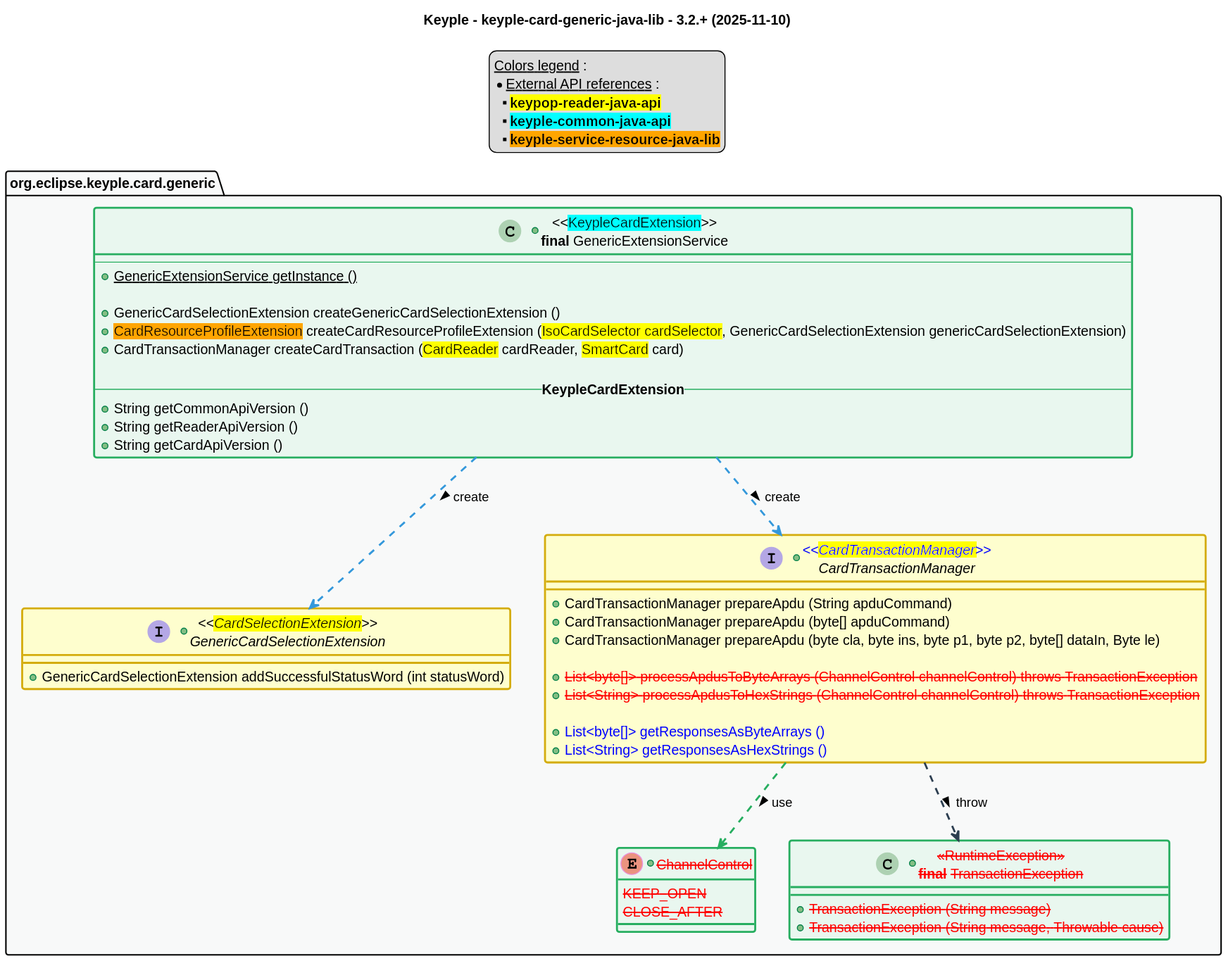
Before: src/main/uml/api_class_diagram.svg, a diagram exported from PlantUML (eclipse-keyple/keyple-card-generic-java-lib).
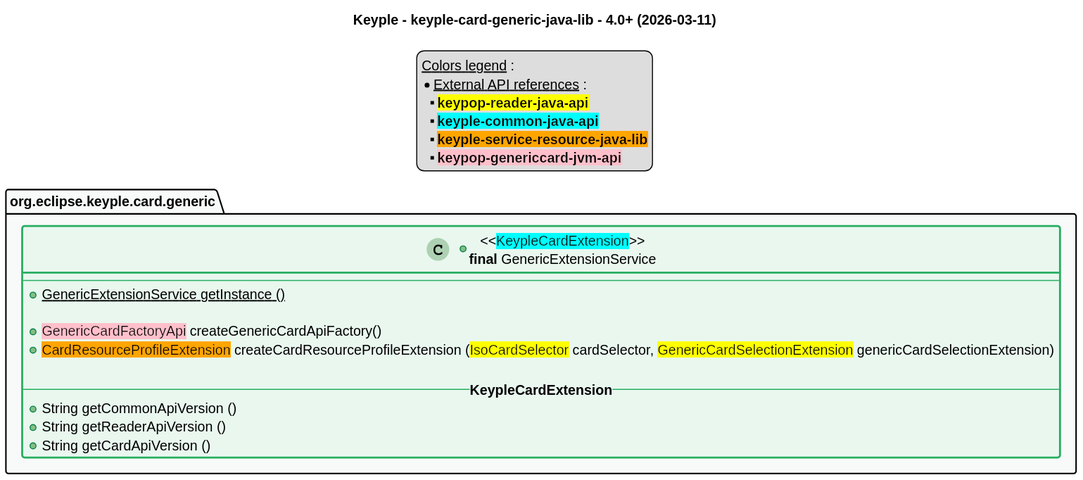
Later version of the same file.

Commit message:
Update `api_class_diagram.svg` to reflect API version 4.0+ changes.

Change to the diagram source:
```diff
@@ -1,6 +1,6 @@
 @startuml
 title
-    Keyple - keyple-card-generic-java-lib - 3.2.+ (2025-11-10)
+    Keyple - keyple-card-generic-java-lib - 4.0+ (2026-03-11)
 end title
 
 
@@ -47,6 +47,7 @@
     ** <back:yellow>**keypop-reader-java-api**</back>
     ** <back:cyan>**keyple-common-java-api**</back>
     ** <back:orange>**keyple-service-resource-java-lib**</back>
+    ** <back:pink>**keypop-genericcard-jvm-api**</back>
 end legend
 
 package "org.eclipse.keyple.card.generic" as generic {
@@ -54,47 +55,18 @@
         --
         +{static} GenericExtensionService getInstance ()
 
-        +GenericCardSelectionExtension createGenericCardSelectionExtension ()
-        +<back:orange>CardResourceProfileExtension</back> createCardResourceProfileExtension (<back:yellow>IsoCardSelector cardSelector</back>, GenericCardSelectionExtension genericCardSelectionExtension)
-        +CardTransactionManager createCardTransaction (<back:yellow>CardReader</back> cardReader, <back:yellow>SmartCard</back> card)
+        +<back:pink>GenericCardFactoryApi</back> createGenericCardApiFactory()
+        +<back:orange>CardResourceProfileExtension</back> createCardResourceProfileExtension (<back:yellow>IsoCardSelector</back> cardSelector, <back:yellow>GenericCardSelectionExtension</back> genericCardSelectionExtension)
 
         -- **KeypleCardExtension** --
         +String getCommonApiVersion ()
         +String getReaderApiVersion ()
         +String getCardApiVersion ()
     }
-    +interface "<<<back:yellow>CardSelectionExtension</back>>>\nGenericCardSelectionExtension" as GenericCardSelectionExtension {
-        +GenericCardSelectionExtension addSuccessfulStatusWord (int statusWord)
-    }
-    +interface "<color:blue><<<back:yellow>CardTransactionManager</back>>></color>\nCardTransactionManager" as CardTransactionManager {
-        +CardTransactionManager prepareApdu (String apduCommand)
-        +CardTransactionManager prepareApdu (byte[] apduCommand)
-        +CardTransactionManager prepareApdu (byte cla, byte ins, byte p1, byte p2, byte[] dataIn, Byte le)
-
-        +<color:red><s>List<byte[]> processApdusToByteArrays (ChannelControl channelControl) throws TransactionException
-        +<color:red><s>List<String> processApdusToHexStrings (ChannelControl channelControl) throws TransactionException
-
-        +<color:blue>List<byte[]> getResponsesAsByteArrays ()
-        +<color:blue>List<String> getResponsesAsHexStrings ()
-    }
-    +enum "<color:red><s>ChannelControl" as ChannelControl <<green>> {
-        <color:red><s>KEEP_OPEN
-        <color:red><s>CLOSE_AFTER
-    }
-    +class "<color:red><s><<RuntimeException>>\n<color:red><s>**final** TransactionException" as TransactionException <<green>> {
-        +<color:red><s>TransactionException (String message)
-        +<color:red><s>TransactionException (String message, Throwable cause)
-    }
 }
 
 
 
-GenericExtensionService ..> GenericCardSelectionExtension #C_LINK : create >
-GenericExtensionService ..> CardTransactionManager #C_LINK : create >
-
-CardTransactionManager ..> ChannelControl #C_USE : use >
-CardTransactionManager ..> TransactionException #C_THROW : throw >
-
 
 package generic #C_GREY1 {}
 @enduml
```
